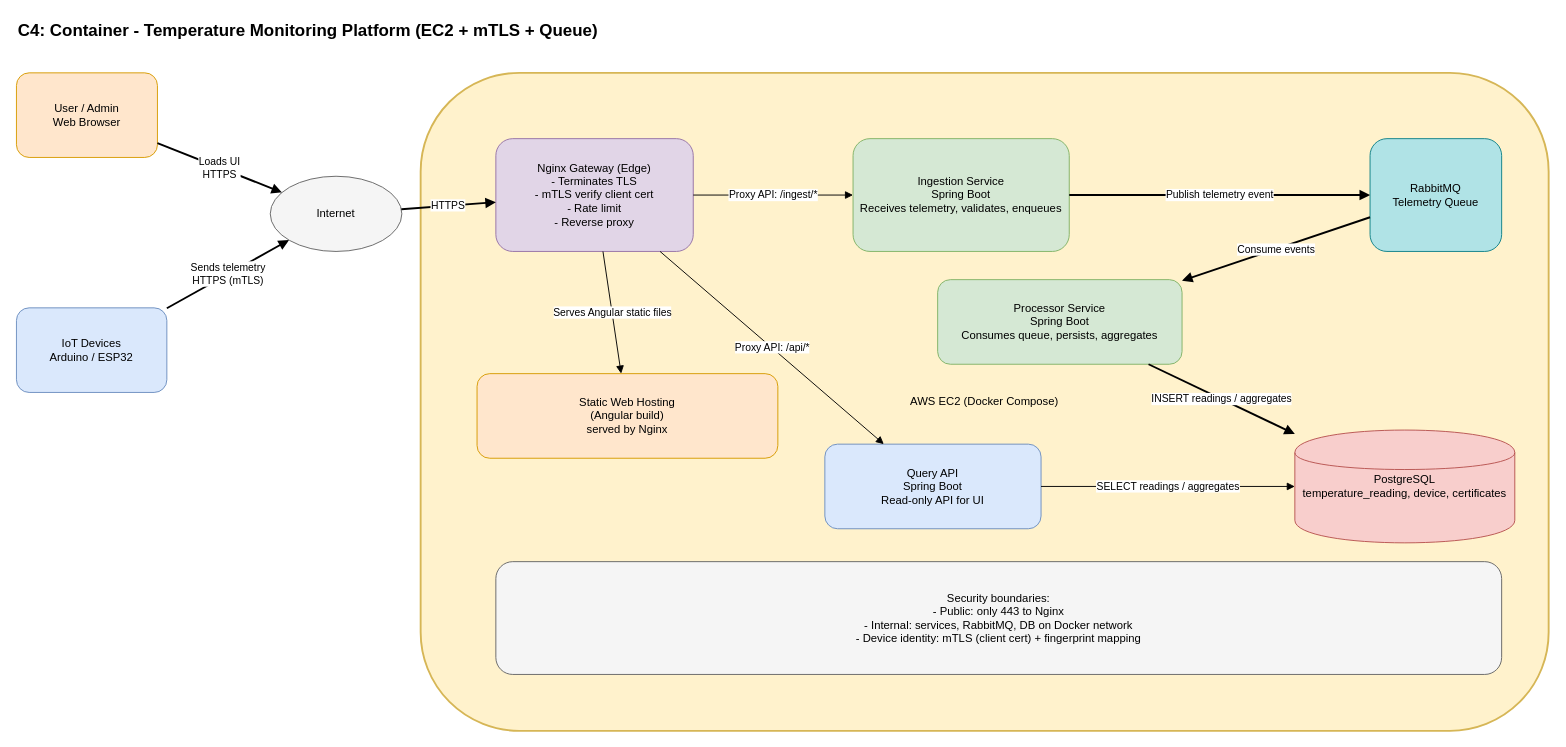
This is docs/diagrams/c4-container.drawio from PawelUrbanik/SenseCore, a draw.io file, before an edit. Source tidied: cells renumbered, new cells numbered last; positions are measured from the earlier drawing's top-left corner, leaving out a move shared by most shapes. Both pictures are drawn from the tidied source at 94%, with x=0, y=0 at pixel (16, 16).
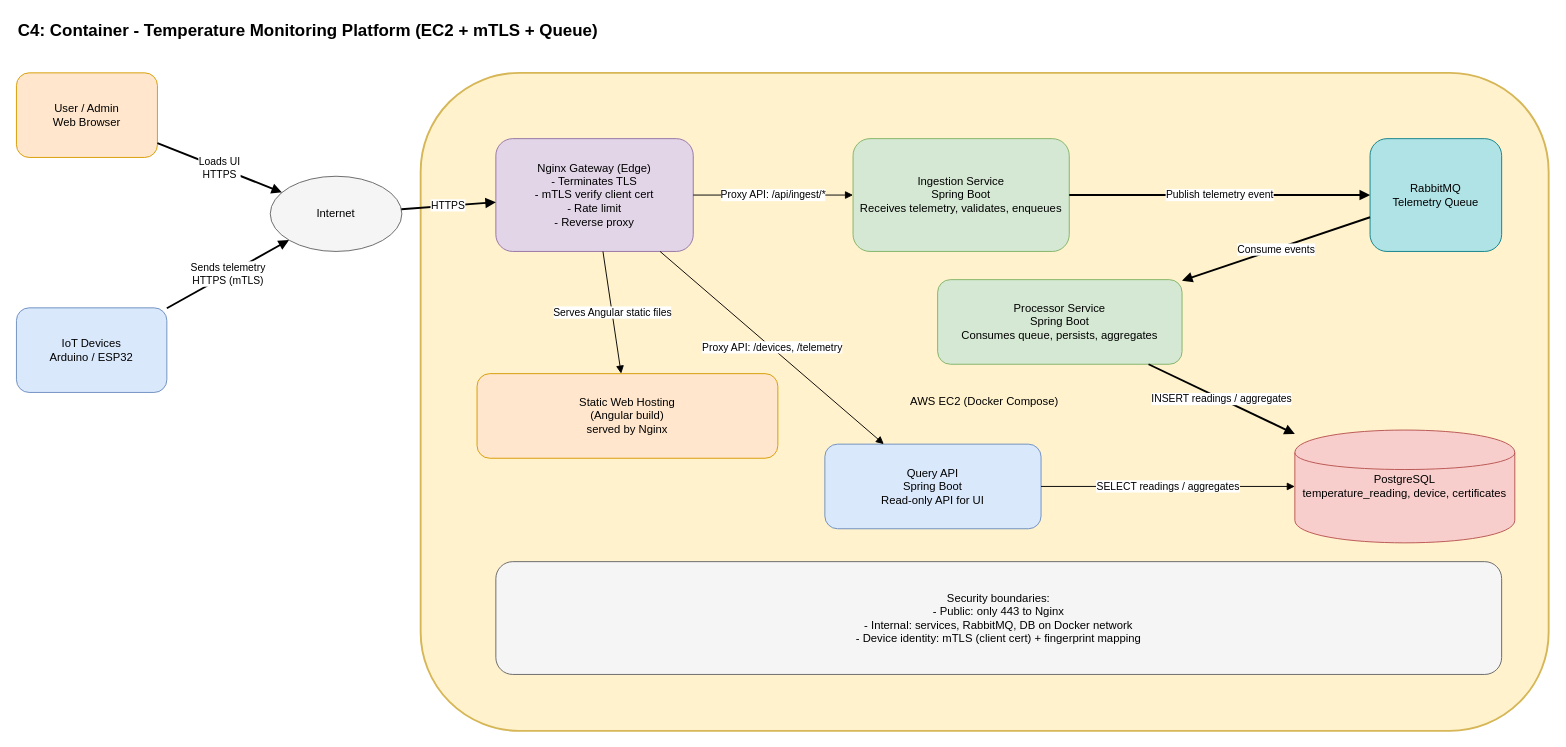
The same page after the edit.

Unchanged cells that the change refers to:
```xml
<mxCell id="7" value="Nginx Gateway (Edge)&#10;- Terminates TLS&#10;- mTLS verify client cert&#10;- Rate limit&#10;- Reverse proxy" style="rounded=1;whiteSpace=wrap;html=1;fillColor=#e1d5e7;strokeColor=#9673a6;" parent="1" vertex="1">
  <mxGeometry x="510" y="130" width="210" height="120" as="geometry" />
</mxCell>
<mxCell id="9" value="Ingestion Service&#10;Spring Boot&#10;Receives telemetry, validates, enqueues" style="rounded=1;whiteSpace=wrap;html=1;fillColor=#d5e8d4;strokeColor=#82b366;" parent="1" vertex="1">
  <mxGeometry x="890" y="130" width="230" height="120" as="geometry" />
</mxCell>
<mxCell id="10" value="Query API&#10;Spring Boot&#10;Read-only API for UI" style="rounded=1;whiteSpace=wrap;html=1;fillColor=#dae8fc;strokeColor=#6c8ebf;" parent="1" vertex="1">
  <mxGeometry x="860" y="455" width="230" height="90" as="geometry" />
</mxCell>
```

Diff of the diagram source:
```diff
@@
-    <mxCell id="19" value="Proxy API: /ingest/*" style="endArrow=block;html=1;" parent="1" edge="1" source="7" target="9">
+    <mxCell id="19" value="Proxy API: /api/ingest/*" style="endArrow=block;html=1;" parent="1" edge="1" source="7" target="9">
       <mxGeometry relative="1" as="geometry" />
     </mxCell>
-    <mxCell id="20" value="Proxy API: /api/*" style="endArrow=block;html=1;" parent="1" edge="1" source="7" target="10">
+    <mxCell id="20" value="Proxy API: /devices, /telemetry" style="endArrow=block;html=1;" parent="1" edge="1" source="7" target="10">
       <mxGeometry relative="1" as="geometry" />
     </mxCell>
```
